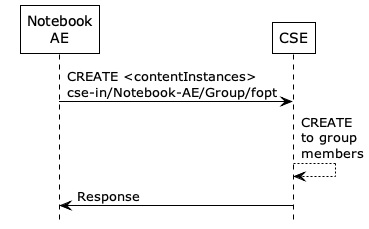
Earlier version of the PlantUML export images/04/create_contentInstances.png (ankraft/onem2m-jupyter-notebooks). Its diagram source:
```plantuml
@startuml
hide footbox
!theme plain
skinparam backgroundcolor transparent

participant "Notebook\nAE" as AE
participant "CSE" as CSE

AE -> CSE: CREATE <contentInstances>\ncse-in/Notebook-AE/Group/fopt
CSE --> CSE: CREATE\nto group\nmembers
AE <- CSE: Response

@enduml
```
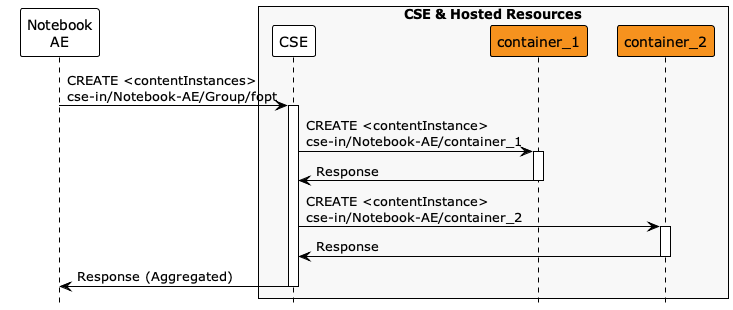
After the commit.

Commit message:
Improved <group> sequence diagrams. Improved name consistency for group members.

The edit, as a diff of the source:
```diff
@@ -3,11 +3,19 @@
 !theme plain
 skinparam backgroundcolor transparent
 
+
 participant "Notebook\nAE" as AE
+box "CSE & Hosted Resources" #f8f8f8
 participant "CSE" as CSE
+participant "container_1" as container_1 #F6921E
+participant "container_2" as container_2 #F6921E
+end box
 
-AE -> CSE: CREATE <contentInstances>\ncse-in/Notebook-AE/Group/fopt
-CSE --> CSE: CREATE\nto group\nmembers
-AE <- CSE: Response
+AE -> CSE ++: CREATE <contentInstances>\ncse-in/Notebook-AE/Group/fopt
+CSE -> container_1 ++: CREATE <contentInstance>\ncse-in/Notebook-AE/container_1
+CSE <- container_1 --: Response
+CSE -> container_2 ++: CREATE <contentInstance>\ncse-in/Notebook-AE/container_2
+CSE <- container_2 --: Response
+AE <- CSE --: Response (Aggregated)
 
 @enduml
```
